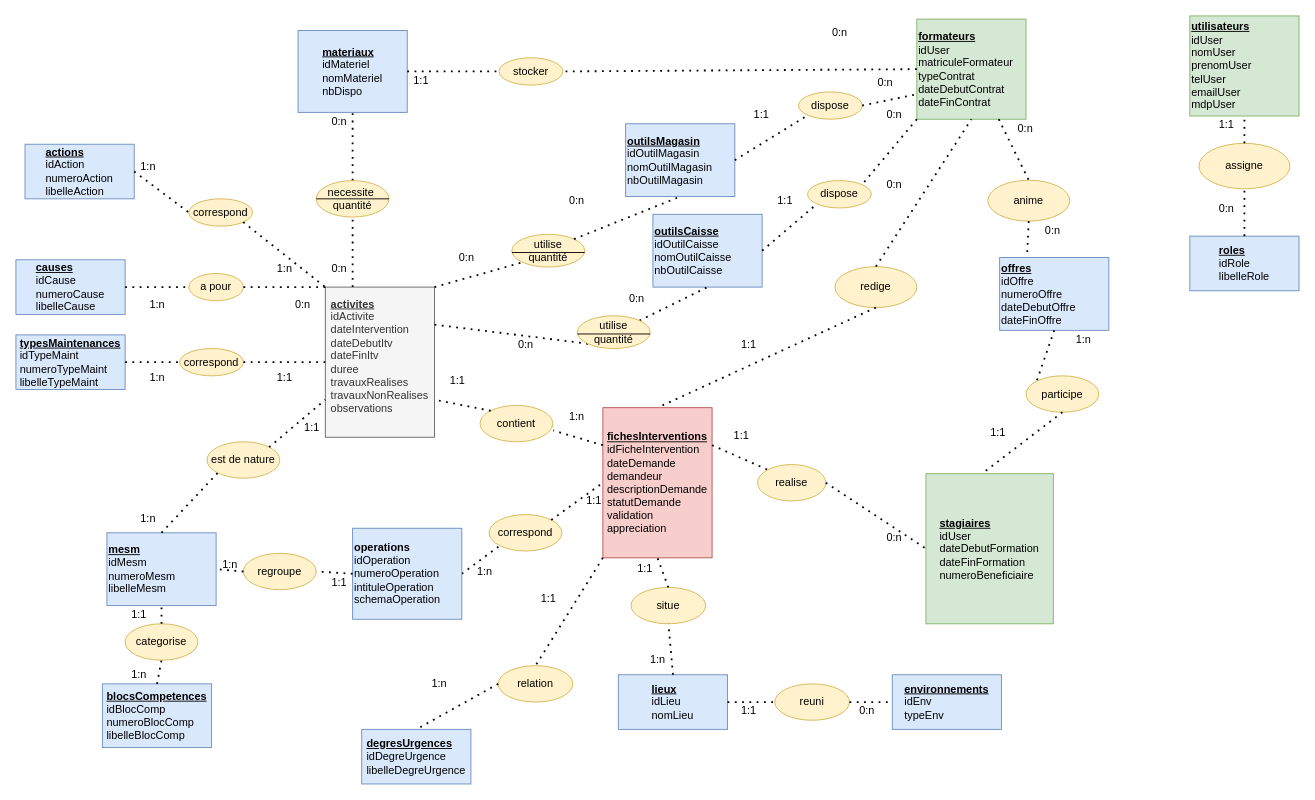
This is projet/DOCS/mcd.drawio from tancraft/Stage, a draw.io file, before an edit. Source tidied: cells renumbered, new cells numbered last; positions are measured from the earlier drawing's top-left corner, leaving out a move shared by most shapes. Both pictures are drawn from the tidied source at 91%, with x=0, y=0 at pixel (15, 15).
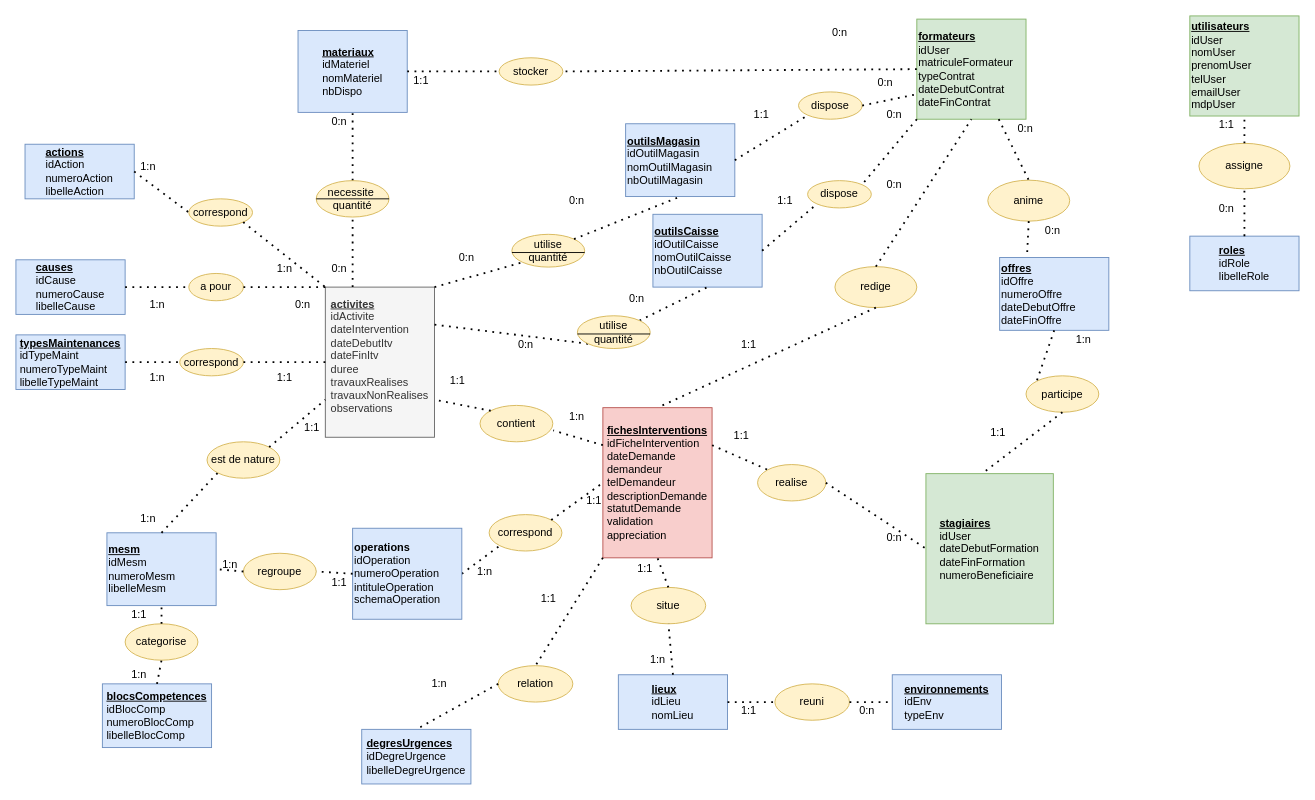
Above is the later version.

Change to the diagram source:
```diff
@@
-    <mxCell id="5" value="&lt;div style=&quot;text-align: left&quot;&gt;&lt;b&gt;&lt;u&gt;fichesInterventions&lt;/u&gt;&lt;/b&gt;&lt;/div&gt;&lt;div style=&quot;text-align: left&quot;&gt;&lt;span&gt;idFicheIntervention&lt;/span&gt;&lt;/div&gt;&lt;div style=&quot;text-align: left&quot;&gt;&lt;span&gt;dateDemande&lt;/span&gt;&lt;/div&gt;&lt;div style=&quot;text-align: left&quot;&gt;&lt;span&gt;demandeur&lt;/span&gt;&lt;/div&gt;&lt;div style=&quot;text-align: left&quot;&gt;&lt;span&gt;descriptionDemande&lt;/span&gt;&lt;/div&gt;&lt;div style=&quot;text-align: left&quot;&gt;&lt;span&gt;statutDemande&lt;/span&gt;&lt;/div&gt;&lt;div style=&quot;text-align: left&quot;&gt;&lt;span&gt;validation&lt;/span&gt;&lt;/div&gt;&lt;div style=&quot;text-align: left&quot;&gt;&lt;span&gt;appreciation&lt;/span&gt;&lt;/div&gt;" style="rounded=0;whiteSpace=wrap;html=1;fillColor=#f8cecc;strokeColor=#b85450;" parent="1" vertex="1">
+    <mxCell id="5" value="&lt;div style=&quot;text-align: left&quot;&gt;&lt;b&gt;&lt;u&gt;fichesInterventions&lt;/u&gt;&lt;/b&gt;&lt;/div&gt;&lt;div style=&quot;text-align: left&quot;&gt;&lt;span&gt;idFicheIntervention&lt;/span&gt;&lt;/div&gt;&lt;div style=&quot;text-align: left&quot;&gt;&lt;span&gt;dateDemande&lt;/span&gt;&lt;/div&gt;&lt;div style=&quot;text-align: left&quot;&gt;&lt;span&gt;demandeur&lt;/span&gt;&lt;/div&gt;&lt;div style=&quot;text-align: left&quot;&gt;&lt;span&gt;telDemandeur&lt;/span&gt;&lt;/div&gt;&lt;div style=&quot;text-align: left&quot;&gt;&lt;span&gt;descriptionDemande&lt;/span&gt;&lt;/div&gt;&lt;div style=&quot;text-align: left&quot;&gt;&lt;span&gt;statutDemande&lt;/span&gt;&lt;/div&gt;&lt;div style=&quot;text-align: left&quot;&gt;&lt;span&gt;validation&lt;/span&gt;&lt;/div&gt;&lt;div style=&quot;text-align: left&quot;&gt;&lt;span&gt;appreciation&lt;/span&gt;&lt;/div&gt;" style="rounded=0;whiteSpace=wrap;html=1;fillColor=#f8cecc;strokeColor=#b85450;" parent="1" vertex="1">
       <mxGeometry x="645" y="430.5" width="120" height="165" as="geometry" />
     </mxCell>
```
